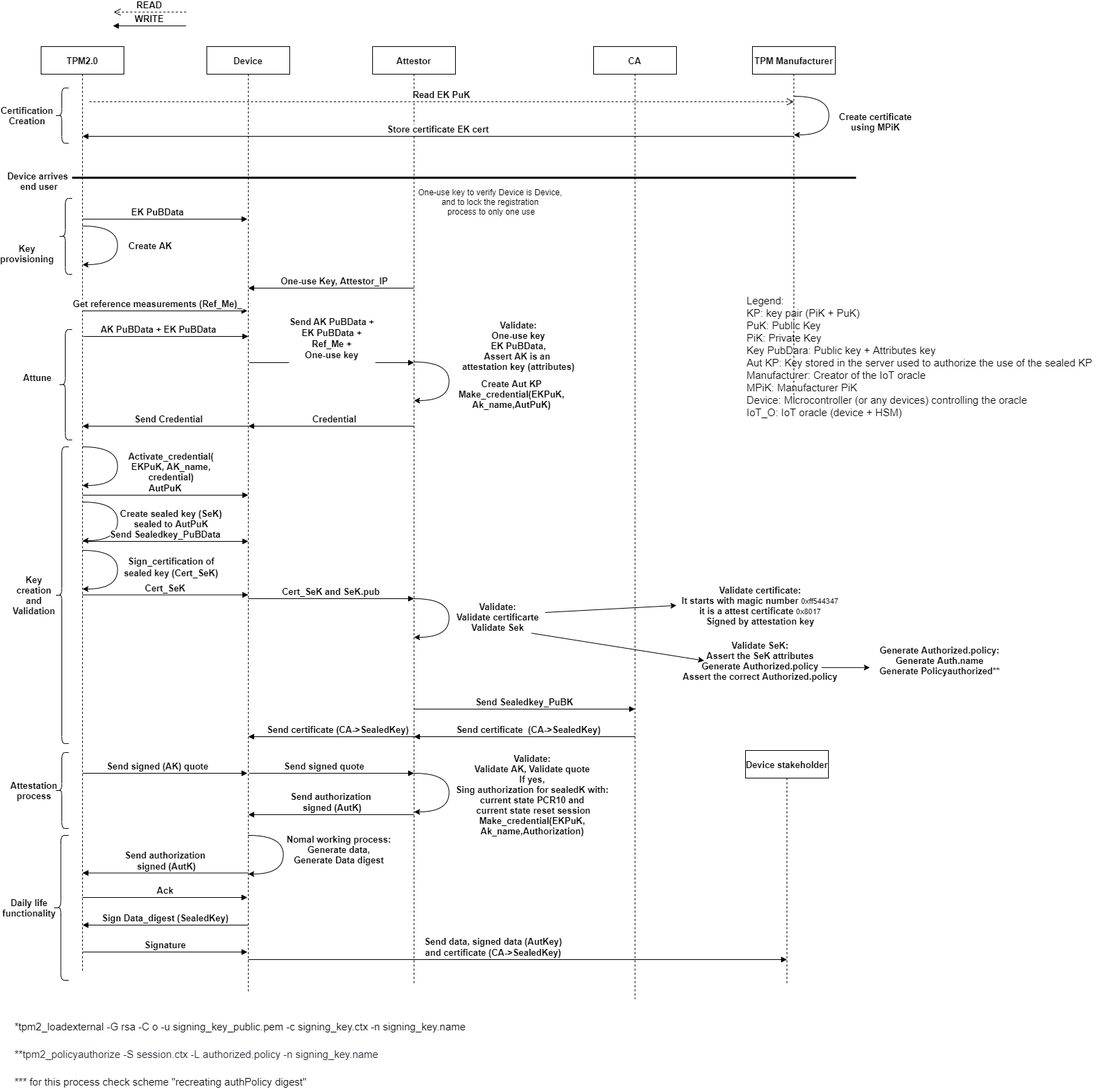
Above: server_remote/Scheme.drawio.png in ernesto418/Remote_attestation_server (draw.io), before the change. Source tidied: cells renumbered, new cells last; positions are measured from the earlier drawing's top-left corner, leaving out a move shared by most shapes.
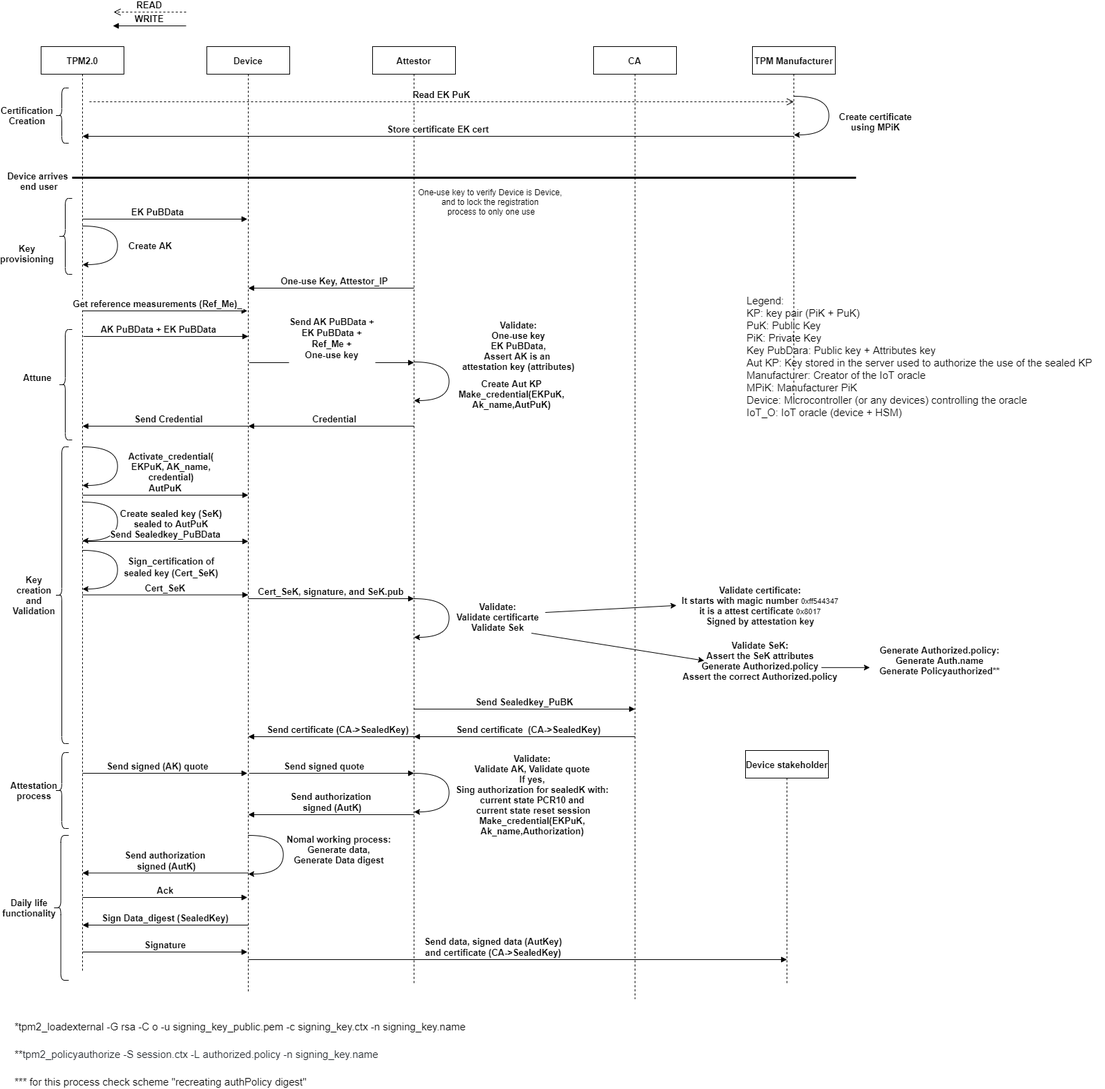
Above is the later version.

Change to the diagram source:
```diff
@@ -8,7 +8,7 @@
     <mxCell id="3" value="Device" style="shape=umlLifeline;perimeter=lifelinePerimeter;rounded=0;shadow=0;strokeWidth=1;fontStyle=1;fontSize=13;" parent="1" vertex="1">
       <mxGeometry x="295" y="50" width="120" height="1370" as="geometry" />
     </mxCell>
-    <mxCell id="4" value="Cert_SeK and SeK.pub" style="verticalAlign=bottom;endArrow=block;shadow=0;strokeWidth=1;fontStyle=1;fontSize=13;" parent="3" edge="1">
+    <mxCell id="4" value="Cert_SeK, signature, and SeK.pub" style="verticalAlign=bottom;endArrow=block;shadow=0;strokeWidth=1;fontStyle=1;fontSize=13;" parent="3" edge="1">
       <mxGeometry relative="1" as="geometry">
         <mxPoint x="60" y="800" as="sourcePoint" />
         <mxPoint x="300" y="800" as="targetPoint" />
```
